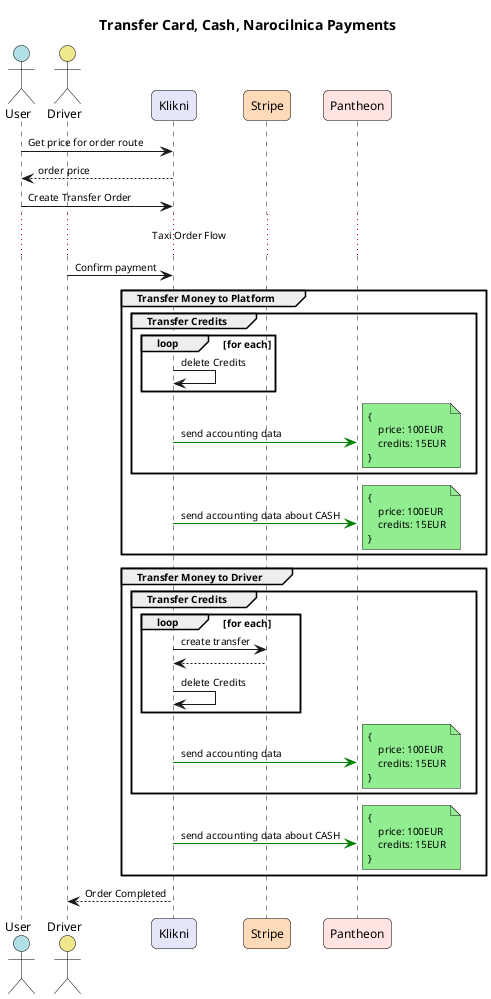
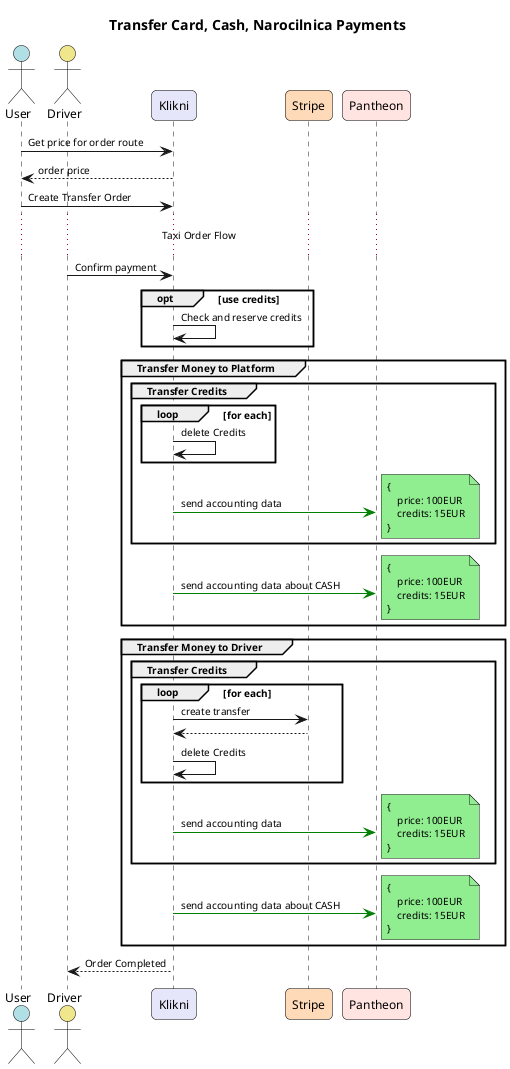
@startuml
title Transfer Card, Cash, Narocilnica Payments
' === Compact Sequence Styling ===
skinparam defaultFontSize 10
skinparam sequence {
    MessageSpacing 15
    ParticipantSpacing 50
}

' === Actor / Participant Styling ===
skinparam actor {
    FontName Arial
    FontSize 12
    BorderColor Black
    BackgroundColor #ADD8E6
    RoundCorner 10
    MinWidth 120
    MinHeight 120
}

skinparam participant {
    FontName Arial
    FontSize 12
    BorderColor Black
    RoundCorner 10
    MinWidth 140
    MinHeight 100
}

' === Participant Colors ===
' Use stereotypes for coloring specific entities
actor User as user #B0E0E6
actor Driver as driver #F0E68C
participant Klikni as klikni #E6E6FA
participant Stripe as stripe #FFDAB9
participant Pantheon as pantheon #FFE4E1

' === Sequence Example ===
user -> klikni: Get price for order route
user <-- klikni: order price
user -> klikni: Create Transfer Order

... Taxi Order Flow ...
driver -> klikni: Confirm payment
+ opt use credits
+     klikni -> klikni: Check and reserve credits
+ end
group Transfer Money to Platform
    group Transfer Credits
        loop for each
            klikni->klikni: delete Credits
        end
        klikni -[#green]> pantheon: send accounting data
        note right #LightGreen
        {
            price: 100EUR
            credits: 15EUR
        }
        end note
    end
    klikni -[#green]> pantheon: send accounting data about CASH
    note right #LightGreen
    {
        price: 100EUR
        credits: 15EUR
    }
    end note
end

group Transfer Money to Driver
    group Transfer Credits
        loop for each
            klikni->stripe: create transfer
            klikni<--stripe
            klikni->klikni: delete Credits
        end
        klikni -[#green]> pantheon: send accounting data
        note right #LightGreen
        {
            price: 100EUR
            credits: 15EUR
        }
        end note
    end
- 
    klikni -[#green]> pantheon: send accounting data about CASH
    note right #LightGreen
    {
        price: 100EUR
        credits: 15EUR
    }
    end note
end

driver <-- klikni: Order Completed

@enduml
